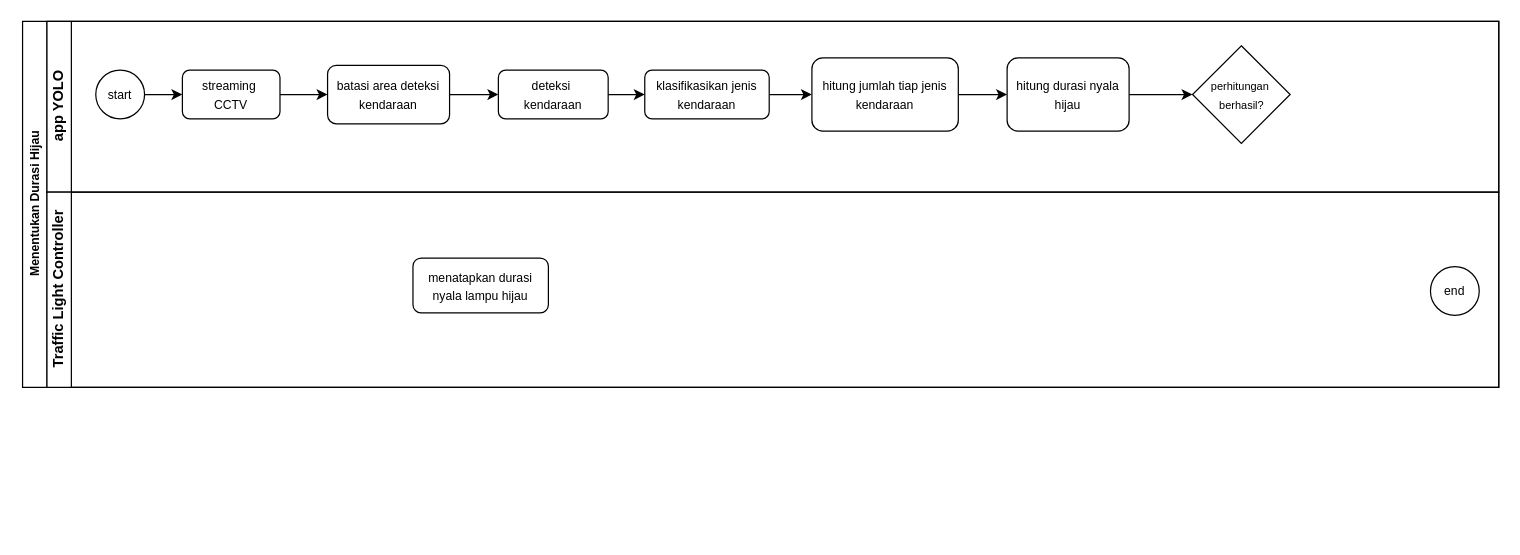
Above: SMART-TL.drawio in eenattayani/desain (draw.io), before the change. Source tidied: cells renumbered, new cells numbered last; positions are measured from the earlier drawing's top-left corner, leaving out a move shared by most shapes. Both pictures are drawn from the tidied source at 122%, with x=0, y=0 at pixel (22, 21).
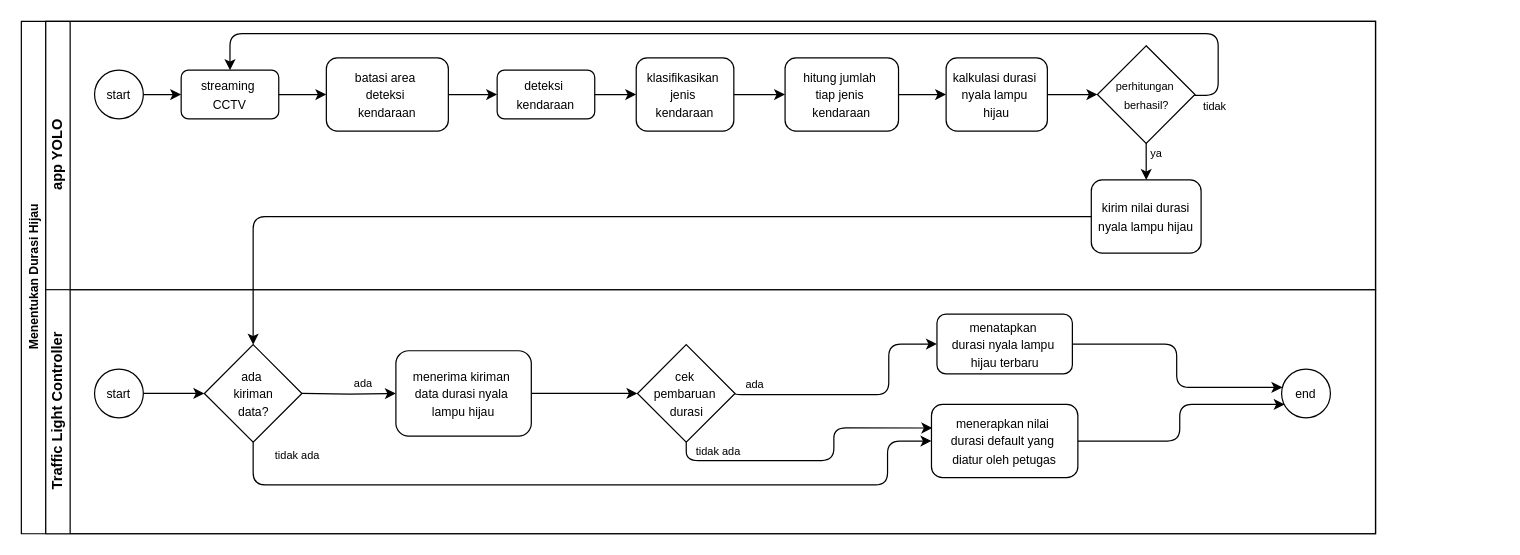
Above is the later version.

The change refers to these unchanged cells:
```xml
<mxCell id="6" value="&lt;span style=&quot;font-size: 10px;&quot;&gt;streaming&amp;nbsp;&lt;/span&gt;&lt;div&gt;&lt;span style=&quot;font-size: 10px;&quot;&gt;CCTV&lt;/span&gt;&lt;/div&gt;" style="rounded=1;whiteSpace=wrap;html=1;fontFamily=Helvetica;fontSize=12;fontColor=#000000;align=center;" parent="3" vertex="1">
  <mxGeometry x="111" y="40" width="80" height="40" as="geometry" />
</mxCell>
```

What changed in the source:
```diff
@@
     <mxCell id="2" value="Menentukan Durasi Hijau" style="swimlane;html=1;horizontal=0;startSize=20;fontSize=10;" parent="1" vertex="1">
-      <mxGeometry width="1210" height="300" as="geometry" />
+      <mxGeometry x="-1" width="1110" height="420" as="geometry" />
     </mxCell>
     <mxCell id="3" value="app YOLO" style="swimlane;html=1;startSize=20;horizontal=0;" parent="2" vertex="1">
-      <mxGeometry x="20" width="1190" height="140" as="geometry" />
+      <mxGeometry x="20" width="1090" height="220" as="geometry" />
     </mxCell>
@@
-    <mxCell id="8" value="&lt;span style=&quot;font-size: 10px;&quot;&gt;batasi area deteksi kendaraan&lt;/span&gt;" style="rounded=1;whiteSpace=wrap;html=1;fontFamily=Helvetica;fontSize=12;fontColor=#000000;align=center;" parent="3" vertex="1">
-      <mxGeometry x="230" y="36" width="100" height="48" as="geometry" />
+    <mxCell id="8" value="&lt;span style=&quot;font-size: 10px;&quot;&gt;batasi area&amp;nbsp;&lt;/span&gt;&lt;div&gt;&lt;span style=&quot;font-size: 10px;&quot;&gt;deteksi&amp;nbsp;&lt;/span&gt;&lt;/div&gt;&lt;div&gt;&lt;span style=&quot;font-size: 10px;&quot;&gt;kendaraan&lt;/span&gt;&lt;/div&gt;" style="rounded=1;whiteSpace=wrap;html=1;fontFamily=Helvetica;fontSize=12;fontColor=#000000;align=center;" parent="3" vertex="1">
+      <mxGeometry x="230" y="30" width="100" height="60" as="geometry" />
     </mxCell>
@@
     <mxCell id="10" value="&lt;font style=&quot;font-size: 10px;&quot;&gt;deteksi&amp;nbsp;&lt;/font&gt;&lt;div&gt;&lt;font style=&quot;font-size: 10px;&quot;&gt;kendaraan&lt;/font&gt;&lt;/div&gt;" style="rounded=1;whiteSpace=wrap;html=1;fontColor=#000000;" parent="3" vertex="1">
-      <mxGeometry x="370" y="40" width="90" height="40" as="geometry" />
+      <mxGeometry x="370" y="40" width="80" height="40" as="geometry" />
     </mxCell>
+    <mxCell id="23" style="group;" parent="3" vertex="1">
+      <mxGeometry x="862" y="20" width="80" height="80" as="geometry" />
+    </mxCell>
-    <mxCell id="11" style="rhombus;whiteSpace=wrap;html=1;" parent="3" vertex="1">
-      <mxGeometry x="939" y="20" width="80" height="80" as="geometry" />
+    <mxCell id="11" style="rhombus;whiteSpace=wrap;html=1;" parent="23" vertex="1">
+      <mxGeometry width="80" height="80" as="geometry" />
     </mxCell>
-    <mxCell id="12" value="&lt;font style=&quot;font-size: 9px;&quot;&gt;perhitungan&amp;nbsp;&lt;/font&gt;&lt;div&gt;&lt;font style=&quot;font-size: 9px;&quot;&gt;berhasil?&lt;/font&gt;&lt;/div&gt;" style="text;html=1;align=center;verticalAlign=middle;strokeColor=none;fillColor=none;" parent="3" vertex="1">
-      <mxGeometry x="944" y="40" width="70" height="40" as="geometry" />
+    <mxCell id="12" value="&lt;font style=&quot;font-size: 9px;&quot;&gt;perhitungan&amp;nbsp;&lt;/font&gt;&lt;div&gt;&lt;font style=&quot;font-size: 9px;&quot;&gt;berhasil?&lt;/font&gt;&lt;/div&gt;" style="text;html=1;align=center;verticalAlign=middle;strokeColor=none;fillColor=none;" parent="23" vertex="1">
+      <mxGeometry x="5" y="20" width="70" height="40" as="geometry" />
     </mxCell>
+    <mxCell id="24" value="&lt;span style=&quot;font-size: 10px;&quot;&gt;kirim nilai durasi nyala lampu hijau&lt;/span&gt;" style="whiteSpace=wrap;html=1;fontColor=#000000;rounded=1;" parent="3" vertex="1">
+      <mxGeometry x="857" y="130" width="90" height="60" as="geometry" />
+    </mxCell>
+    <mxCell id="25" style="edgeStyle=orthogonalEdgeStyle;rounded=1;jettySize=auto;html=1;exitX=1.019;exitY=0.495;exitDx=0;exitDy=0;exitPerimeter=0;curved=0;" parent="3" edge="1" target="6">
+      <mxGeometry relative="1" as="geometry">
+        <mxPoint x="941.5" y="60.6" as="sourcePoint" />
+        <Array as="points">
+          <mxPoint x="961" y="61" />
+          <mxPoint x="961" y="10" />
+          <mxPoint x="151" y="10" />
+        </Array>
+      </mxGeometry>
+    </mxCell>
+    <mxCell id="26" value="tidak" style="edgeLabel;html=1;align=center;verticalAlign=middle;fontSize=9;" parent="25" vertex="1">
+      <mxGeometry x="-0.51" y="-1" relative="1" as="geometry">
+        <mxPoint x="149" y="60" as="offset" />
+      </mxGeometry>
+    </mxCell>
+    <mxCell id="27" style="edgeStyle=orthogonalEdgeStyle;rounded=0;jettySize=auto;html=1;" parent="3" edge="1" source="11" target="24">
+      <mxGeometry relative="1" as="geometry" />
+    </mxCell>
+    <mxCell id="28" value="ya" style="edgeLabel;html=1;align=center;verticalAlign=middle;fontSize=9;" parent="27" vertex="1">
+      <mxGeometry x="0.19" relative="1" as="geometry">
+        <mxPoint x="7" y="-2" as="offset" />
+      </mxGeometry>
+    </mxCell>
+    <mxCell id="29" style="edgeStyle=orthogonalEdgeStyle;rounded=1;jettySize=auto;html=1;entryX=0.5;entryY=0;entryDx=0;entryDy=0;exitX=0;exitY=0.5;exitDx=0;exitDy=0;curved=0;" parent="2" edge="1" source="24" target="40">
+      <mxGeometry relative="1" as="geometry" />
+    </mxCell>
     <mxCell id="13" value="Traffic Light Controller" style="swimlane;html=1;startSize=20;horizontal=0;" parent="2" vertex="1">
-      <mxGeometry x="20" y="140" width="1190" height="160" as="geometry" />
+      <mxGeometry x="20" y="220" width="1090" height="200" as="geometry" />
     </mxCell>
+    <mxCell id="30" style="edgeStyle=orthogonalEdgeStyle;rounded=1;jettySize=auto;html=1;curved=0;" parent="13" edge="1" source="14" target="21">
+      <mxGeometry relative="1" as="geometry">
+        <Array as="points">
+          <mxPoint x="927" y="45" />
+          <mxPoint x="927" y="80" />
+        </Array>
+      </mxGeometry>
+    </mxCell>
-    <mxCell id="14" value="&lt;span style=&quot;font-size: 10px;&quot;&gt;menatapkan durasi nyala lampu hijau&lt;/span&gt;" style="whiteSpace=wrap;html=1;fontColor=#000000;rounded=1;" parent="13" vertex="1">
-      <mxGeometry x="300" y="54" width="111" height="45" as="geometry" />
+    <mxCell id="14" value="&lt;span style=&quot;font-size: 10px;&quot;&gt;menatapkan&amp;nbsp;&lt;/span&gt;&lt;div&gt;&lt;span style=&quot;font-size: 10px;&quot;&gt;durasi nyala lampu&amp;nbsp;&lt;/span&gt;&lt;/div&gt;&lt;div&gt;&lt;span style=&quot;font-size: 10px;&quot;&gt;hijau terbaru&lt;/span&gt;&lt;/div&gt;" style="whiteSpace=wrap;html=1;fontColor=#000000;rounded=1;" parent="13" vertex="1">
+      <mxGeometry x="730.5" y="20" width="111" height="49" as="geometry" />
     </mxCell>
+    <mxCell id="21" value="end" style="ellipse;whiteSpace=wrap;html=1;fontSize=10;" parent="13" vertex="1">
+      <mxGeometry x="1013" y="65" width="40" height="40" as="geometry" />
+    </mxCell>
+    <mxCell id="31" style="edgeStyle=orthogonalEdgeStyle;rounded=0;jettySize=auto;html=1;entryX=0;entryY=0.5;entryDx=0;entryDy=0;" parent="13" edge="1" source="32" target="40">
+      <mxGeometry relative="1" as="geometry" />
+    </mxCell>
+    <mxCell id="32" value="start" style="ellipse;whiteSpace=wrap;html=1;fontSize=10;" parent="13" vertex="1">
+      <mxGeometry x="40" y="65" width="40" height="40" as="geometry" />
+    </mxCell>
+    <mxCell id="33" value="&lt;span style=&quot;font-size: 10px;&quot;&gt;menerapkan nilai&amp;nbsp;&lt;/span&gt;&lt;div&gt;&lt;span style=&quot;font-size: 10px;&quot;&gt;durasi default yang&amp;nbsp;&lt;/span&gt;&lt;div&gt;&lt;span style=&quot;font-size: 10px;&quot;&gt;diatur oleh petugas&lt;/span&gt;&lt;/div&gt;&lt;/div&gt;" style="rounded=1;whiteSpace=wrap;html=1;fontFamily=Helvetica;fontSize=12;fontColor=#000000;align=center;" parent="13" vertex="1">
+      <mxGeometry x="726" y="94" width="120" height="60" as="geometry" />
+    </mxCell>
+    <mxCell id="34" style="group;" parent="13" vertex="1">
+      <mxGeometry x="485" y="45" width="80" height="80" as="geometry" />
+    </mxCell>
+    <mxCell id="35" style="rhombus;whiteSpace=wrap;html=1;" parent="34" vertex="1">
+      <mxGeometry width="80" height="80" as="geometry" />
+    </mxCell>
+    <mxCell id="36" value="&lt;font size=&quot;1&quot;&gt;cek&amp;nbsp;&lt;/font&gt;&lt;div&gt;&lt;font size=&quot;1&quot;&gt;pembaruan&amp;nbsp;&lt;/font&gt;&lt;/div&gt;&lt;div&gt;&lt;font size=&quot;1&quot;&gt;durasi&lt;/font&gt;&lt;/div&gt;" style="text;html=1;align=center;verticalAlign=middle;points=[];strokeColor=none;fillColor=none;" parent="34" vertex="1">
+      <mxGeometry y="10" width="80" height="60" as="geometry" />
+    </mxCell>
+    <mxCell id="37" style="edgeStyle=orthogonalEdgeStyle;rounded=0;jettySize=auto;html=1;" parent="13" edge="1" source="38" target="36">
+      <mxGeometry relative="1" as="geometry" />
+    </mxCell>
+    <mxCell id="38" value="&lt;span style=&quot;font-size: 10px;&quot;&gt;menerima kiriman&amp;nbsp;&lt;/span&gt;&lt;div&gt;&lt;span style=&quot;font-size: 10px;&quot;&gt;data durasi nyala&amp;nbsp;&lt;/span&gt;&lt;/div&gt;&lt;div&gt;&lt;span style=&quot;font-size: 10px;&quot;&gt;lampu hijau&lt;/span&gt;&lt;/div&gt;" style="rounded=1;whiteSpace=wrap;html=1;fontFamily=Helvetica;fontSize=12;fontColor=#000000;align=center;" parent="13" vertex="1">
+      <mxGeometry x="287" y="50" width="111" height="70" as="geometry" />
+    </mxCell>
+    <mxCell id="39" style="group;" parent="13" vertex="1">
+      <mxGeometry x="130" y="45" width="80" height="80" as="geometry" />
+    </mxCell>
+    <mxCell id="40" style="rhombus;whiteSpace=wrap;html=1;" parent="39" vertex="1">
+      <mxGeometry width="80" height="80" as="geometry" />
+    </mxCell>
+    <mxCell id="41" value="&lt;font size=&quot;1&quot;&gt;ada&amp;nbsp;&lt;/font&gt;&lt;div&gt;&lt;font size=&quot;1&quot;&gt;kiriman&lt;/font&gt;&lt;/div&gt;&lt;div&gt;&lt;font size=&quot;1&quot;&gt;data?&lt;/font&gt;&lt;/div&gt;" style="text;html=1;align=center;verticalAlign=middle;strokeColor=none;fillColor=none;" parent="39" vertex="1">
+      <mxGeometry x="10" y="10" width="60" height="60" as="geometry" />
+    </mxCell>
+    <mxCell id="42" style="edgeStyle=orthogonalEdgeStyle;rounded=0;jettySize=auto;html=1;entryX=0;entryY=0.5;entryDx=0;entryDy=0;" parent="13" edge="1" target="38">
+      <mxGeometry relative="1" as="geometry">
+        <mxPoint x="210" y="85" as="sourcePoint" />
+      </mxGeometry>
+    </mxCell>
+    <mxCell id="43" value="ada" style="edgeLabel;html=1;align=center;verticalAlign=middle;fontSize=9;" parent="42" vertex="1">
+      <mxGeometry x="-0.25" y="-1" relative="1" as="geometry">
+        <mxPoint x="21" y="-10" as="offset" />
+      </mxGeometry>
+    </mxCell>
+    <mxCell id="44" style="edgeStyle=orthogonalEdgeStyle;rounded=1;jettySize=auto;html=1;entryX=0;entryY=0.5;entryDx=0;entryDy=0;exitX=0.5;exitY=1;exitDx=0;exitDy=0;curved=0;" parent="13" edge="1" source="40" target="33">
+      <mxGeometry relative="1" as="geometry">
+        <Array as="points">
+          <mxPoint x="170" y="160" />
+          <mxPoint x="690" y="160" />
+          <mxPoint x="690" y="124" />
+        </Array>
+      </mxGeometry>
+    </mxCell>
+    <mxCell id="45" value="tidak ada" style="edgeLabel;html=1;align=center;verticalAlign=middle;fontSize=9;" parent="13" vertex="1">
+      <mxGeometry x="221" y="100" as="geometry">
+        <mxPoint x="-16" y="35" as="offset" />
+      </mxGeometry>
+    </mxCell>
+    <mxCell id="46" style="edgeStyle=orthogonalEdgeStyle;rounded=1;jettySize=auto;html=1;entryX=0;entryY=0.5;entryDx=0;entryDy=0;curved=0;" parent="13" edge="1" target="14">
+      <mxGeometry relative="1" as="geometry">
+        <mxPoint x="565" y="85" as="sourcePoint" />
+        <Array as="points">
+          <mxPoint x="565" y="86" />
+          <mxPoint x="691" y="86" />
+          <mxPoint x="691" y="45" />
+        </Array>
+      </mxGeometry>
+    </mxCell>
+    <mxCell id="47" value="ada" style="edgeLabel;html=1;align=center;verticalAlign=middle;fontSize=9;" parent="46" vertex="1">
+      <mxGeometry x="-0.82" y="-1" relative="1" as="geometry">
+        <mxPoint x="-3" y="-10" as="offset" />
+      </mxGeometry>
+    </mxCell>
+    <mxCell id="48" style="edgeStyle=orthogonalEdgeStyle;rounded=1;jettySize=auto;html=1;entryX=0.006;entryY=0.322;entryDx=0;entryDy=0;entryPerimeter=0;curved=0;exitX=0.5;exitY=1;exitDx=0;exitDy=0;" parent="13" edge="1" source="35" target="33">
+      <mxGeometry relative="1" as="geometry">
+        <Array as="points">
+          <mxPoint x="525" y="140" />
+          <mxPoint x="646" y="140" />
+          <mxPoint x="646" y="113" />
+        </Array>
+      </mxGeometry>
+    </mxCell>
+    <mxCell id="49" value="&lt;font style=&quot;font-size: 9px;&quot;&gt;tidak ada&lt;/font&gt;" style="edgeLabel;html=1;align=center;verticalAlign=middle;" parent="48" vertex="1">
+      <mxGeometry x="-0.82" y="1" relative="1" as="geometry">
+        <mxPoint x="18" y="-8" as="offset" />
+      </mxGeometry>
+    </mxCell>
+    <mxCell id="50" style="edgeStyle=orthogonalEdgeStyle;rounded=1;jettySize=auto;html=1;entryX=0.063;entryY=0.725;entryDx=0;entryDy=0;entryPerimeter=0;curved=0;" parent="13" edge="1" source="33" target="21">
+      <mxGeometry relative="1" as="geometry" />
+    </mxCell>
@@
-    <mxCell id="16" value="&lt;font style=&quot;font-size: 10px;&quot;&gt;klasifikasikan jenis kendaraan&lt;/font&gt;" style="rounded=1;whiteSpace=wrap;html=1;fontColor=#000000;" parent="1" vertex="1">
-      <mxGeometry x="510" y="40" width="102" height="40" as="geometry" />
+    <mxCell id="16" value="&lt;font style=&quot;font-size: 10px;&quot;&gt;klasifikasikan&amp;nbsp;&lt;/font&gt;&lt;div&gt;&lt;font style=&quot;font-size: 10px;&quot;&gt;jenis&amp;nbsp;&lt;/font&gt;&lt;/div&gt;&lt;div&gt;&lt;font style=&quot;font-size: 10px;&quot;&gt;kendaraan&lt;/font&gt;&lt;/div&gt;" style="rounded=1;whiteSpace=wrap;html=1;fontColor=#000000;" parent="1" vertex="1">
+      <mxGeometry x="503" y="30" width="80" height="60" as="geometry" />
     </mxCell>
@@
-    <mxCell id="18" value="&lt;span style=&quot;font-size: 10px;&quot;&gt;hitung jumlah tiap jenis kendaraan&lt;/span&gt;" style="whiteSpace=wrap;html=1;fontColor=#000000;rounded=1;" parent="1" vertex="1">
-      <mxGeometry x="647" y="30" width="120" height="60" as="geometry" />
+    <mxCell id="18" value="&lt;span style=&quot;font-size: 10px;&quot;&gt;hitung jumlah&amp;nbsp;&lt;/span&gt;&lt;div&gt;&lt;span style=&quot;font-size: 10px;&quot;&gt;tiap jenis&amp;nbsp;&lt;/span&gt;&lt;/div&gt;&lt;div&gt;&lt;span style=&quot;font-size: 10px;&quot;&gt;kendaraan&lt;/span&gt;&lt;/div&gt;" style="whiteSpace=wrap;html=1;fontColor=#000000;rounded=1;" parent="1" vertex="1">
+      <mxGeometry x="625" y="30" width="93" height="60" as="geometry" />
     </mxCell>
@@
-    <mxCell id="20" value="&lt;span style=&quot;font-size: 10px;&quot;&gt;hitung durasi nyala hijau&lt;/span&gt;" style="whiteSpace=wrap;html=1;fontColor=#000000;rounded=1;" parent="1" vertex="1">
-      <mxGeometry x="807" y="30" width="100" height="60" as="geometry" />
+    <mxCell id="20" value="&lt;span style=&quot;font-size: 10px;&quot;&gt;kalkulasi durasi&amp;nbsp;&lt;/span&gt;&lt;div&gt;&lt;span style=&quot;font-size: 10px;&quot;&gt;nyala lampu&amp;nbsp;&lt;/span&gt;&lt;/div&gt;&lt;div&gt;&lt;span style=&quot;font-size: 10px;&quot;&gt;hijau&lt;/span&gt;&lt;/div&gt;" style="whiteSpace=wrap;html=1;fontColor=#000000;rounded=1;" parent="1" vertex="1">
+      <mxGeometry x="757" y="30" width="83" height="60" as="geometry" />
     </mxCell>
-    <mxCell id="21" value="end" style="ellipse;whiteSpace=wrap;html=1;fontSize=10;" parent="1" vertex="1">
-      <mxGeometry x="1154" y="201" width="40" height="40" as="geometry" />
-    </mxCell>
```
